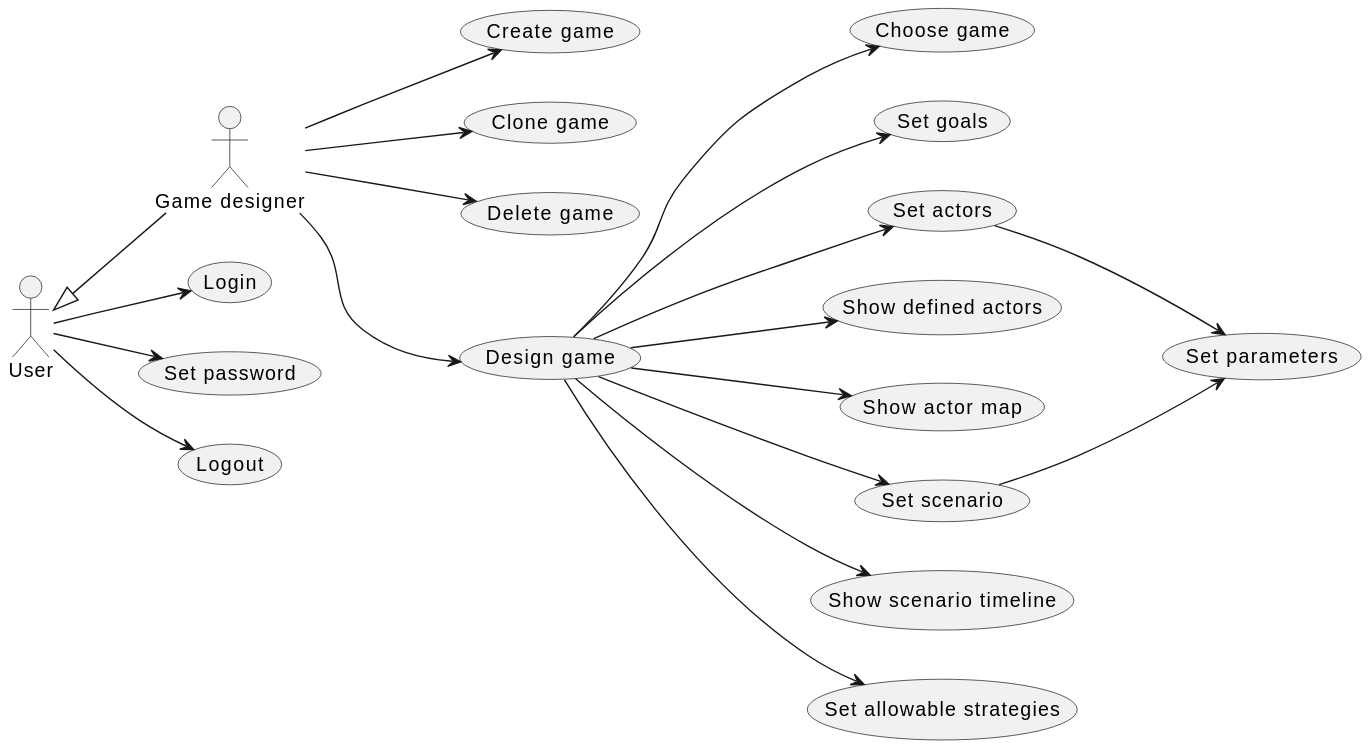
Before: doc/2-use-cases/diagrams/game-design.svg, a diagram exported from PlantUML (averbraeck/gscg-design). The source it was exported from:
```plantuml
@startuml
left to right direction

"Game designer" as GD
User <|-- GD

User --> (Login)
User --> (Set password)
User --> (Logout)

GD --> (Create game)

GD --> (Clone game)
GD --> (Delete game)

GD --> (Design game) : "         \n\n\n\n\n"
(Design game) --> (Choose game) : "              "
(Design game) --> (Set goals)
(Design game) --> (Set actors)
(Design game) --> (Show defined actors)
(Design game) --> (Show actor map)
(Design game) --> (Set scenario)
(Design game) --> (Show scenario timeline)
(Design game) --> (Set allowable strategies)
(Set scenario) --> (Set parameters)
(Set actors) --> (Set parameters)
@enduml
```
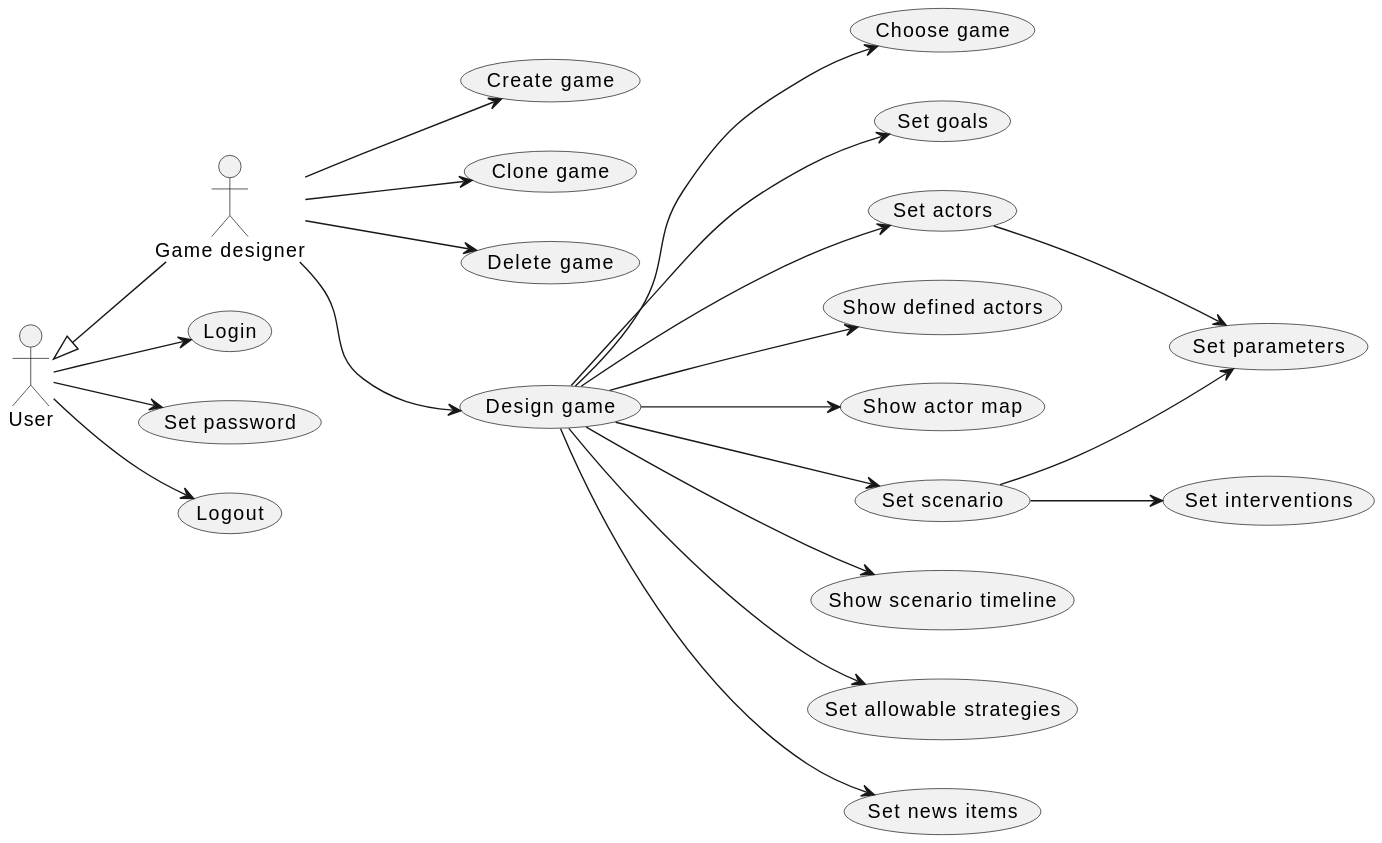
After the change.

Change to the diagram source:
```diff
@@ -22,6 +22,8 @@
 (Design game) --> (Set scenario)
 (Design game) --> (Show scenario timeline)
 (Design game) --> (Set allowable strategies)
+(Design game) --> (Set news items)
 (Set scenario) --> (Set parameters)
+(Set scenario) --> (Set interventions)
 (Set actors) --> (Set parameters)
 @enduml
```
